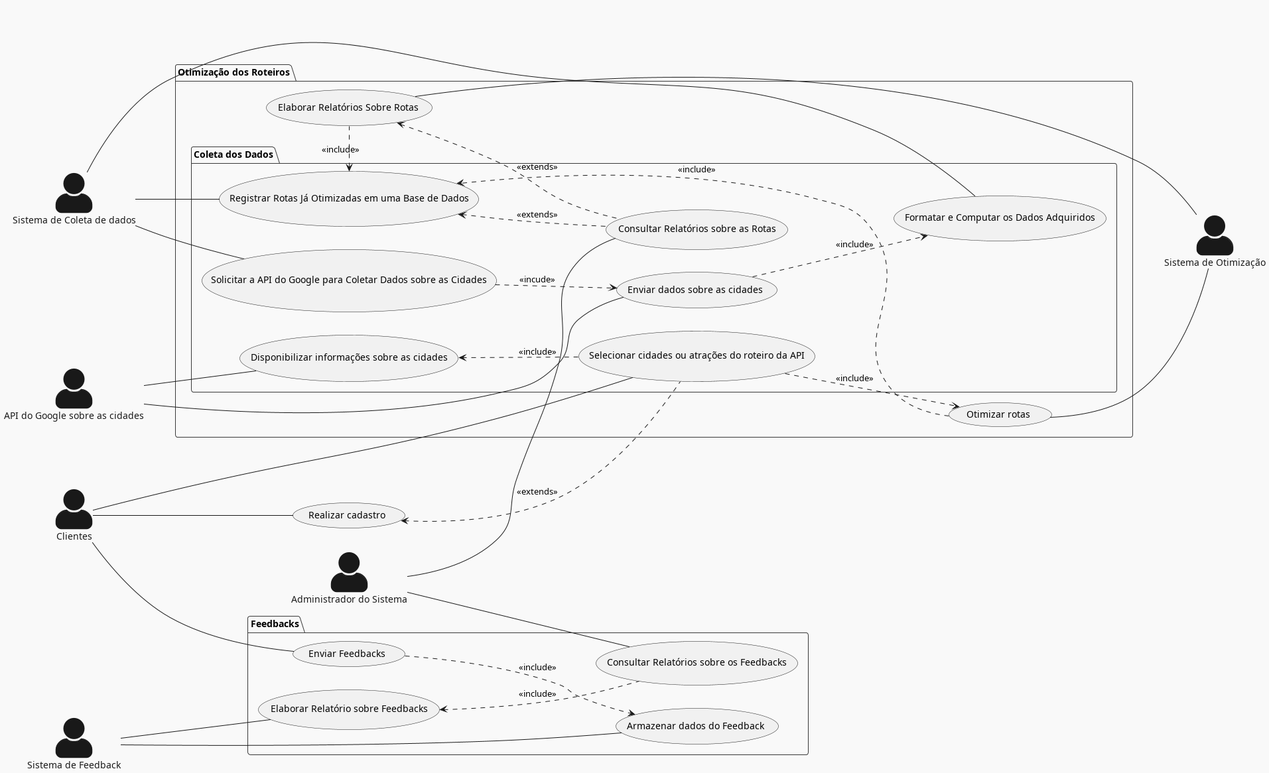
Before: Relatório/Semana-1/Diagramas/DCU.png, a diagram exported from PlantUML (pedrodilallo/site_turismo_SIG).
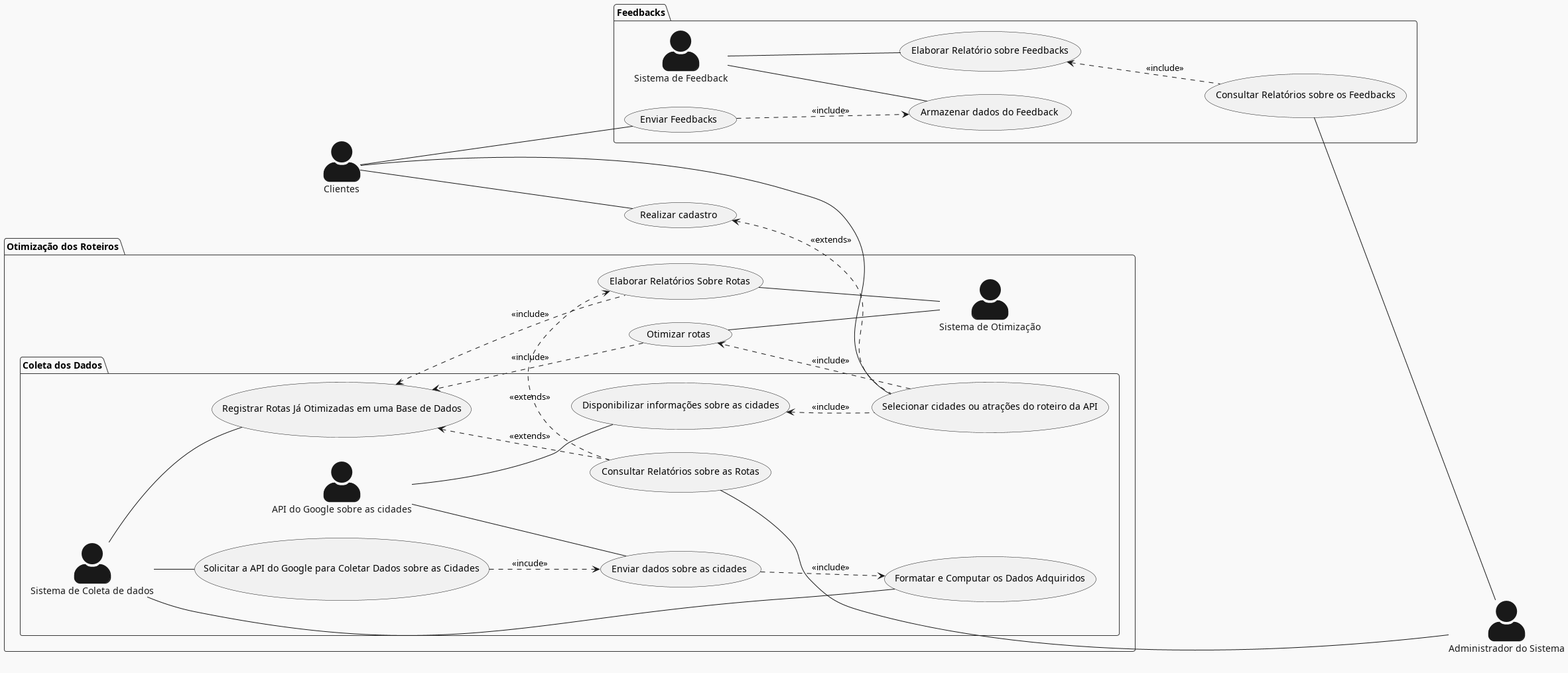
Above is the later version.

Commit message:
Mais correções DCU

The edit, as a diff of the source:
```diff
@@ -2,13 +2,8 @@
 skinparam actorStyle awesome
 !theme mars
 left to right direction
-
 actor "Clientes" as cliente
-actor "API do Google sobre as cidades" as API
-actor "Sistema de Otimização" as  otimizador
 actor "Administrador do Sistema" as sys_admin
-actor "Sistema de Feedback" as feedback
-actor "Sistema de Coleta de dados" as coletador
 
 cliente -- (Realizar cadastro)
 
@@ -16,11 +11,16 @@
 
 
 package "Otimização dos Roteiros"{
+actor "Sistema de Otimização" as  otimizador
 
 
 (Otimizar rotas) -- otimizador
 
+
     package "Coleta dos Dados"{
+        actor "Sistema de Coleta de dados" as coletador
+        actor "API do Google sobre as cidades" as API
+
         cliente -- (Selecionar cidades ou atrações do roteiro da API)
         (Selecionar cidades ou atrações do roteiro da API) ..> (Otimizar rotas): <<include>>
         (Solicitar a API do Google para Coletar Dados sobre as Cidades) ..> (Enviar dados sobre as cidades) : <<incude>>
@@ -42,7 +42,7 @@
 
 
 
-sys_admin -- (Consultar Relatórios sobre as Rotas)
+(Consultar Relatórios sobre as Rotas) -- sys_admin
 
 
 
@@ -52,12 +52,13 @@
 
 
 package "Feedbacks"{
+actor "Sistema de Feedback" as feedback
 
 (Enviar Feedbacks) ..> (Armazenar dados do Feedback) : <<include>>
 (Elaborar Relatório sobre Feedbacks) <.. (Consultar Relatórios sobre os Feedbacks) : <<include>>
 cliente -- (Enviar Feedbacks)
 feedback -- (Armazenar dados do Feedback)
-sys_admin -- (Consultar Relatórios sobre os Feedbacks)
+(Consultar Relatórios sobre os Feedbacks) -- sys_admin
 feedback -- (Elaborar Relatório sobre Feedbacks)
 
 
```
